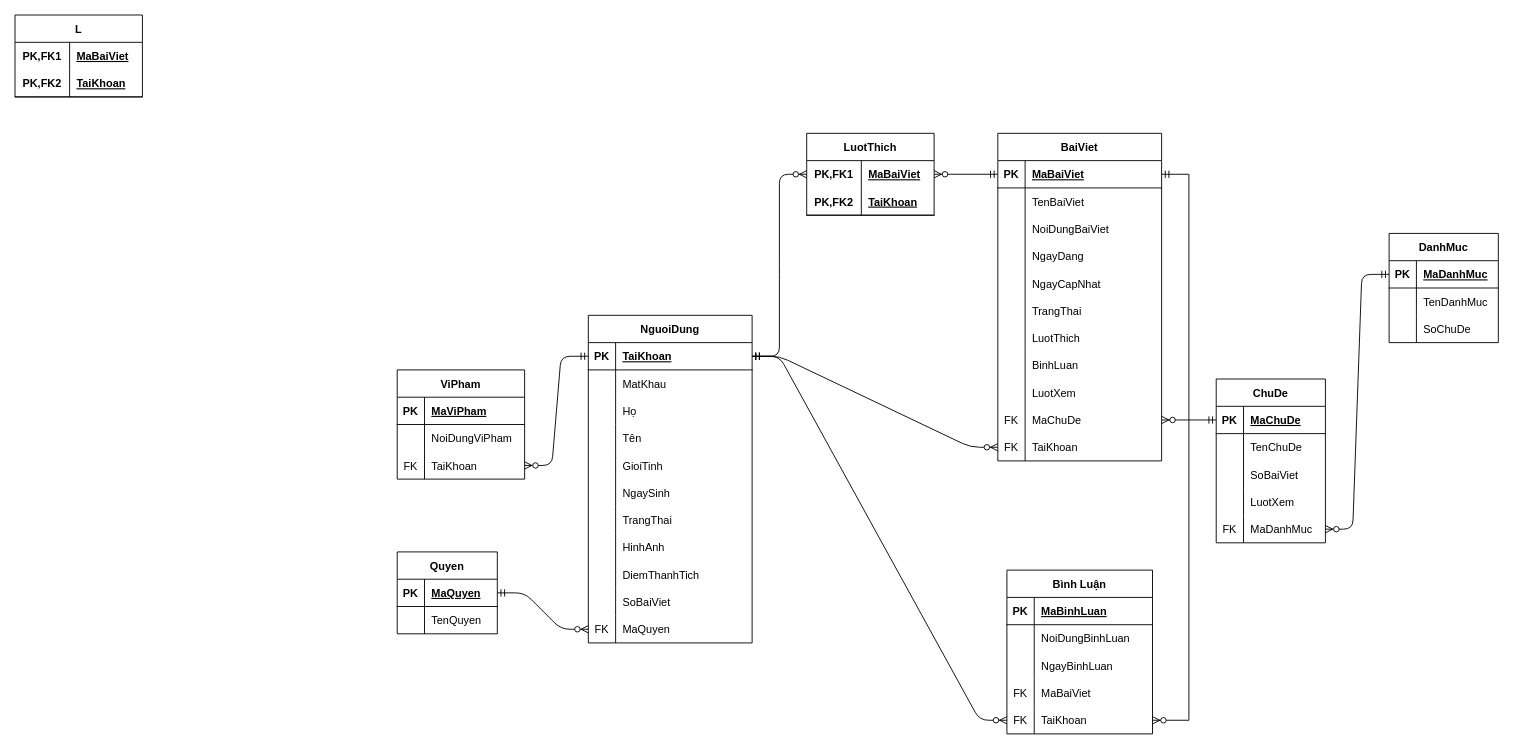
The draw.io diagram page "Page-2" (2 of 2) of Other/Diagram.drawio in phanvandinh99/Forum, before the edit. Source tidied: cells renumbered, new cells numbered last; positions are measured from the earlier drawing's top-left corner, leaving out a move shared by most shapes. Both pictures are drawn from the tidied source at 91%, with x=0, y=0 at pixel (15, 15).
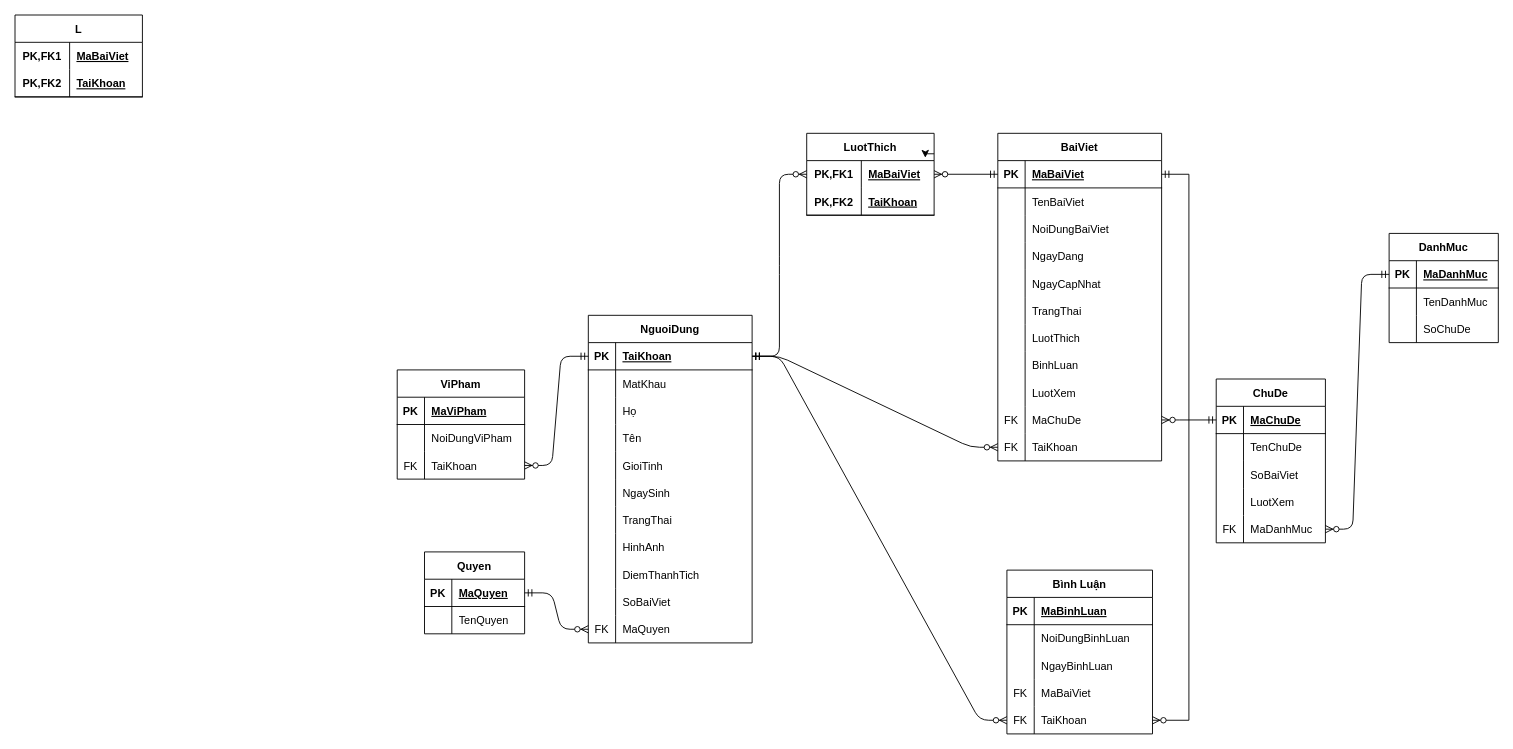
The same page after the edit.

The change refers to these unchanged cells:
```xml
<mxCell id="136" value="LuotThich" style="shape=table;startSize=30;childLayout=tableLayout;rowLines=0;fontStyle=1;align=center;" parent="1" vertex="1">
  <mxGeometry x="870" y="130" width="140" height="90" as="geometry" />
</mxCell>
```

Change to the diagram source:
```diff
@@
     <mxCell id="70" value="Quyen" style="shape=table;startSize=30;childLayout=tableLayout;rowLines=0;fontStyle=1;align=center;" parent="1" vertex="1">
-      <mxGeometry x="420" y="590" width="110" height="90" as="geometry" />
+      <mxGeometry x="450" y="590" width="110" height="90" as="geometry" />
     </mxCell>
@@
+    <mxCell id="152" style="edgeStyle=orthogonalEdgeStyle;rounded=0;orthogonalLoop=1;jettySize=auto;html=1;exitX=1;exitY=0.25;exitDx=0;exitDy=0;entryX=0.931;entryY=0.298;entryDx=0;entryDy=0;entryPerimeter=0;" parent="1" edge="1" source="136" target="136">
+      <mxGeometry relative="1" as="geometry" />
+    </mxCell>
```
